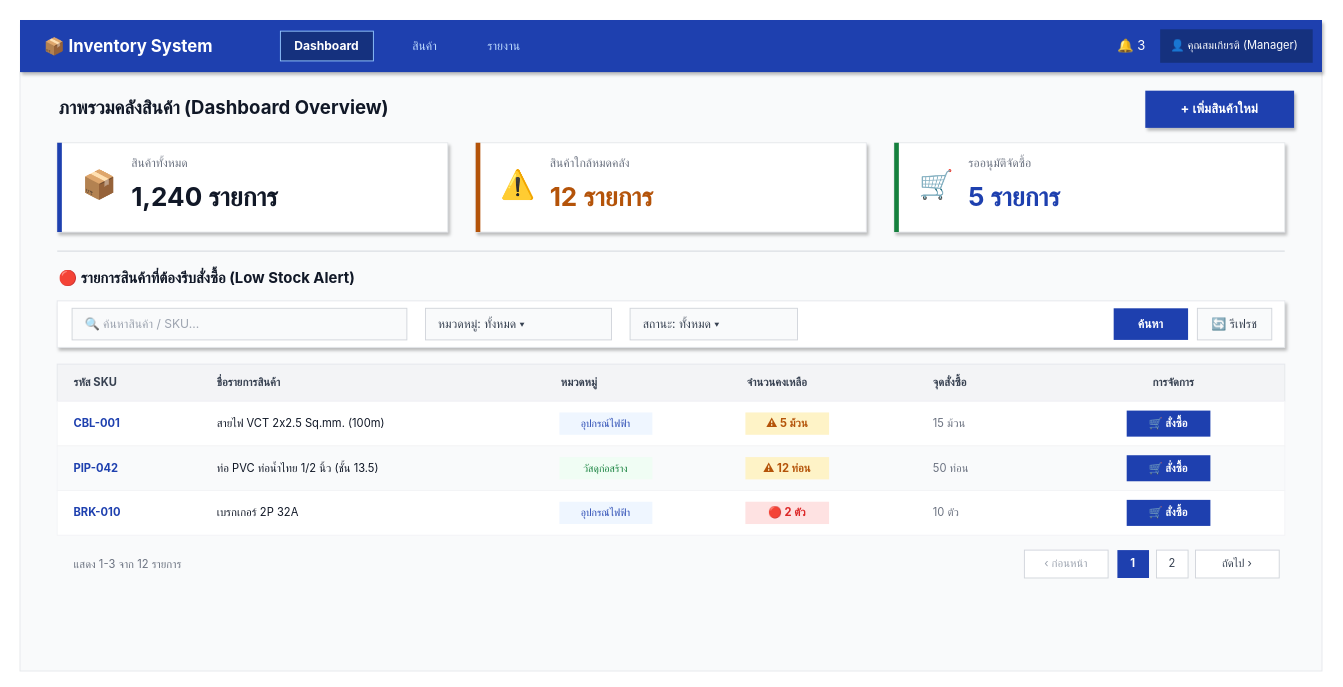
Earlier version of the draw.io diagram page "01 - Dashboard" (2 of 3) of assets/mockup-inventory-system.drawio (jaran101/team-09-inventory). Source tidied: cells renumbered, new cells numbered last; positions are measured from the earlier drawing's top-left corner, leaving out a move shared by most shapes. Both pictures are drawn from the tidied source at 93%, with x=0, y=0 at pixel (20, 20).
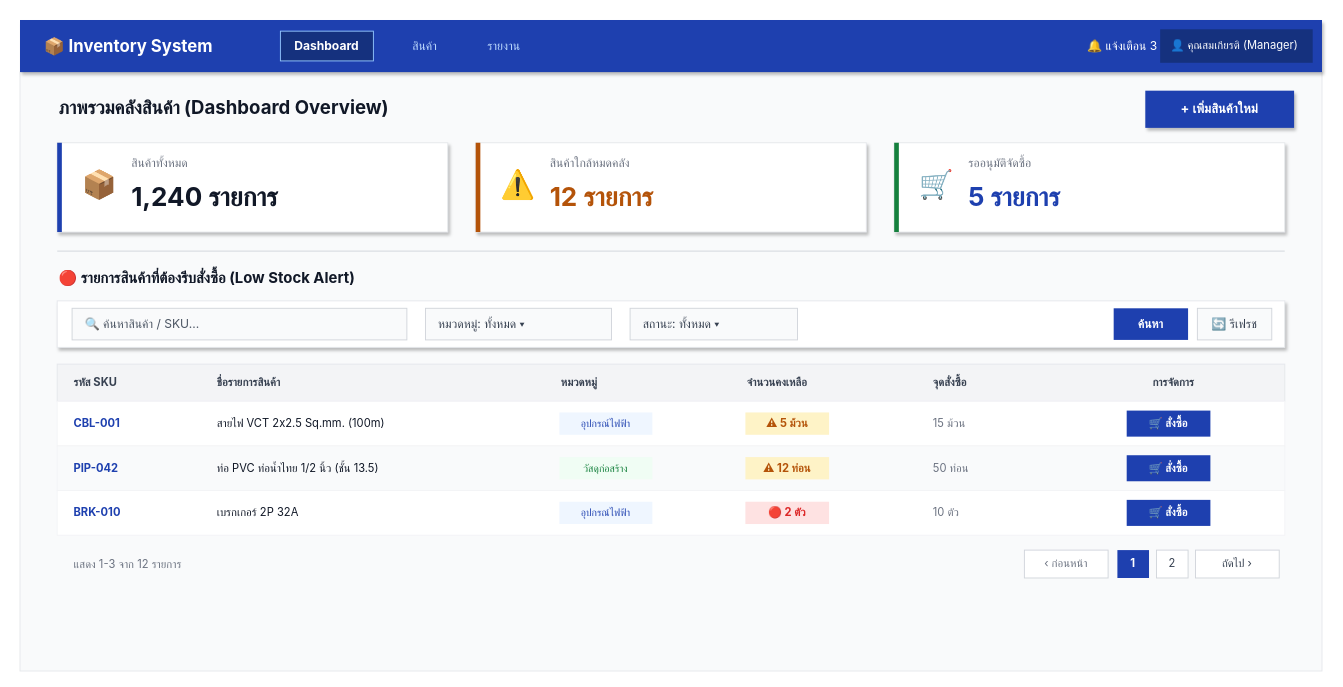
The same diagram, later.

The edit, as a diff of the source:
```diff
@@
-    <mxCell id="8" value="🔔 3" style="text;html=1;align=center;verticalAlign=middle;strokeColor=none;fillColor=none;fontColor=#FFFFFF;fontSize=14;fontFamily=Inter;" parent="1" vertex="1">
-      <mxGeometry x="1170" y="12" width="50" height="32" as="geometry" />
+    <mxCell id="8" value="🔔 แจ้งเตือน 3" style="text;html=1;align=center;verticalAlign=middle;strokeColor=none;fillColor=none;fontColor=#FFFFFF;fontSize=13;fontFamily=Inter;" parent="1" vertex="1">
+      <mxGeometry x="1150" y="12" width="70" height="32" as="geometry" />
     </mxCell>
@@
-    <mxCell id="30" value="🔍 ค้นหาสินค้า / SKU..." style="rounded=6;whiteSpace=wrap;html=1;fillColor=#F9FAFB;strokeColor=#D1D5DB;fontColor=#9CA3AF;fontSize=13;fontFamily=Inter;align=left;spacingLeft=12;" parent="1" vertex="1">
+    <mxCell id="30" value="🔍 ค้นหาสินค้า / SKU..." style="rounded=6;whiteSpace=wrap;html=1;fillColor=#F9FAFB;strokeColor=#D1D5DB;fontColor=#4B5563;fontSize=13;fontFamily=Inter;align=left;spacingLeft=12;" parent="1" vertex="1">
       <mxGeometry x="56" y="310" width="360" height="34" as="geometry" />
     </mxCell>
@@
-    <mxCell id="64" value="‹ ก่อนหน้า" style="rounded=6;whiteSpace=wrap;html=1;fillColor=#FFFFFF;strokeColor=#D1D5DB;fontColor=#9CA3AF;fontSize=12;fontFamily=Inter;" parent="1" vertex="1">
+    <mxCell id="64" value="‹ ก่อนหน้า" style="rounded=6;whiteSpace=wrap;html=1;fillColor=#FFFFFF;strokeColor=#D1D5DB;fontColor=#6B7280;fontSize=12;fontFamily=Inter;" parent="1" vertex="1">
       <mxGeometry x="1080" y="570" width="90" height="30" as="geometry" />
     </mxCell>
```
